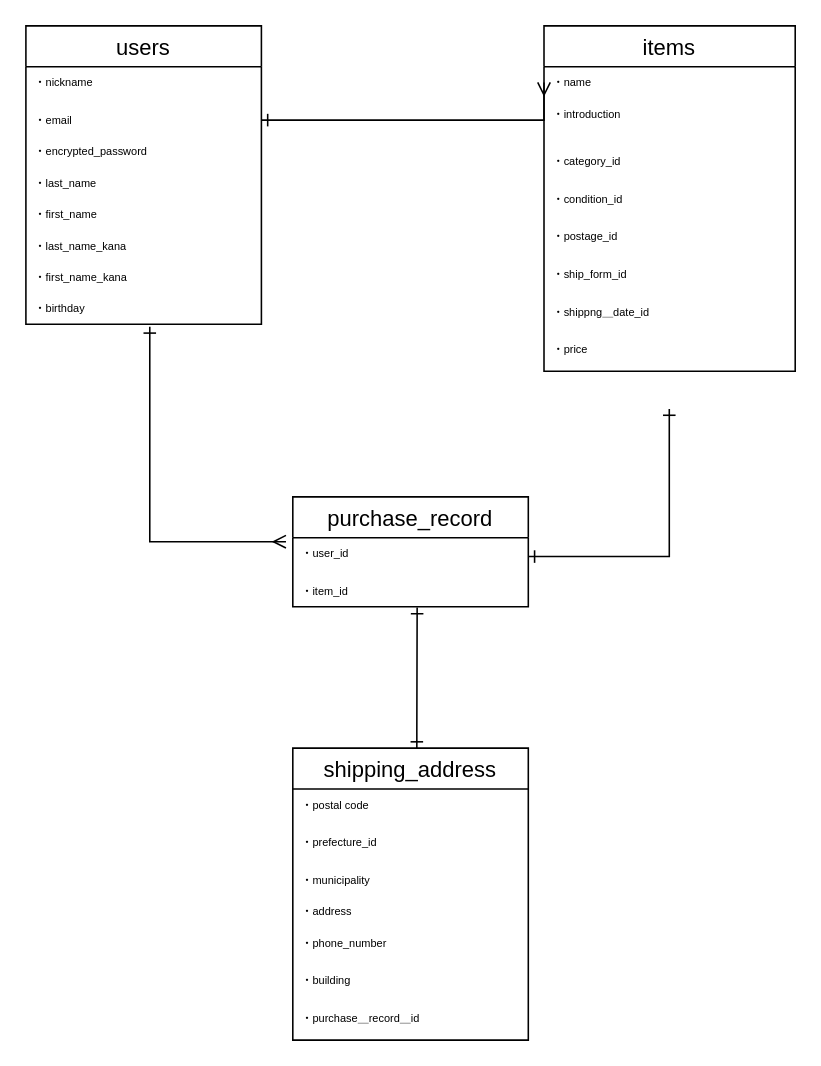
Above: test.dio in knt1o12/furima-29069 (draw.io), before the change. Source tidied: cells renumbered, new cells numbered last; positions are measured from the earlier drawing's top-left corner, leaving out a move shared by most shapes. Both pictures are drawn from the tidied source at 157%, with x=0, y=0 at pixel (25, 25).
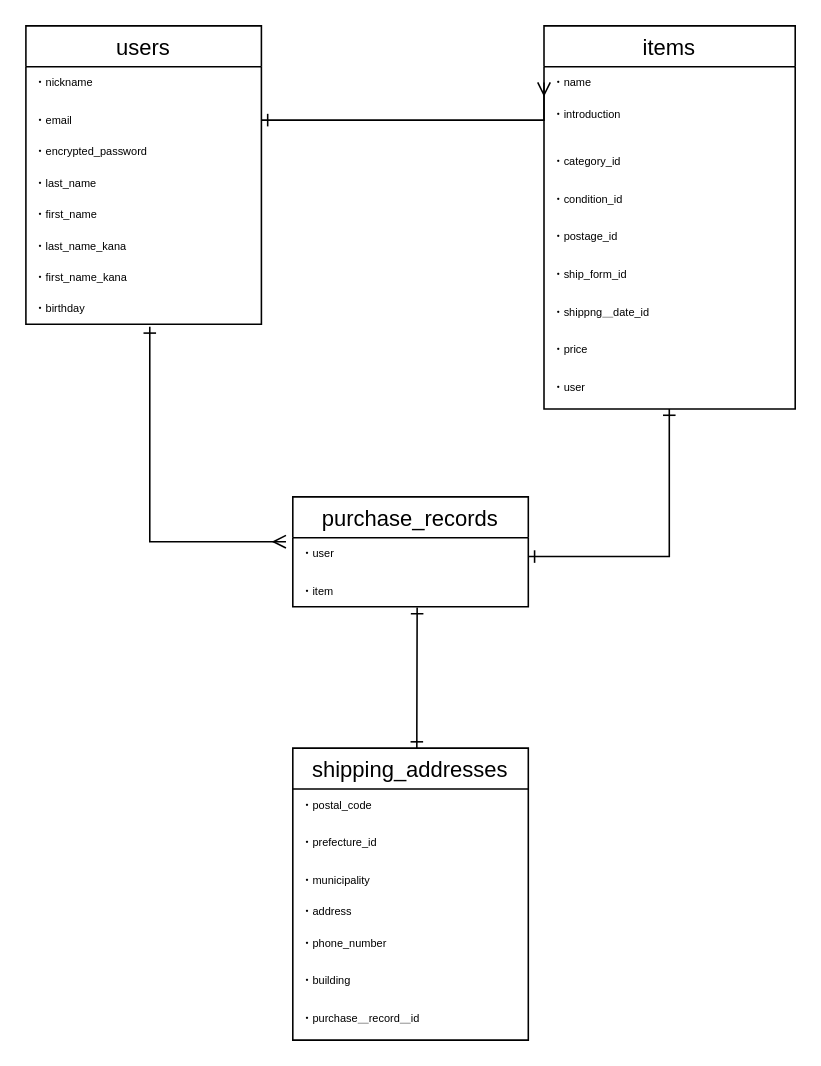
Above is the later version.

Commit message (it also covers changes not shown here):
データベース設計　プルリクエスト　修正④

What changed in the source:
```diff
@@
     <mxCell id="11" value="items" style="swimlane;fontStyle=0;horizontal=1;startSize=26;align=center;fontSize=14;" parent="1" vertex="1">
-      <mxGeometry x="330" width="160" height="220" as="geometry" />
+      <mxGeometry x="330" width="160" height="244" as="geometry" />
     </mxCell>
@@
+    <mxCell id="35" value="・user" style="text;strokeColor=none;fillColor=none;spacingLeft=4;spacingRight=4;overflow=hidden;fontSize=7;" parent="11" vertex="1">
+      <mxGeometry y="220" width="160" height="24" as="geometry" />
+    </mxCell>
@@
-    <mxCell id="21" value="shipping_address" style="swimlane;fontStyle=0;horizontal=1;startSize=26;align=center;fontSize=14;strokeWidth=1;swimlaneLine=1;spacing=1;" parent="1" vertex="1">
+    <mxCell id="21" value="shipping_addresses" style="swimlane;fontStyle=0;horizontal=1;startSize=26;align=center;fontSize=14;strokeWidth=1;swimlaneLine=1;spacing=1;" parent="1" vertex="1">
       <mxGeometry x="170" y="460" width="150" height="186" as="geometry" />
     </mxCell>
-    <mxCell id="22" value="・postal code" style="text;strokeColor=none;fillColor=none;spacingLeft=4;spacingRight=4;overflow=hidden;fontSize=7;" parent="21" vertex="1">
+    <mxCell id="22" value="・postal_code" style="text;strokeColor=none;fillColor=none;spacingLeft=4;spacingRight=4;overflow=hidden;fontSize=7;" parent="21" vertex="1">
       <mxGeometry y="26" width="150" height="24" as="geometry" />
     </mxCell>
@@
-    <mxCell id="29" value="purchase_record" style="swimlane;fontStyle=0;horizontal=1;startSize=26;align=center;fontSize=14;strokeWidth=1;swimlaneLine=1;spacing=1;" parent="1" vertex="1">
+    <mxCell id="29" value="purchase_records" style="swimlane;fontStyle=0;horizontal=1;startSize=26;align=center;fontSize=14;strokeWidth=1;swimlaneLine=1;spacing=1;" parent="1" vertex="1">
       <mxGeometry x="170" y="300" width="150" height="70" as="geometry" />
     </mxCell>
-    <mxCell id="30" value="・user_id&#10;" style="text;strokeColor=none;fillColor=none;spacingLeft=4;spacingRight=4;overflow=hidden;points=[[0,0.5],[1,0.5]];portConstraint=eastwest;fontSize=7;" parent="29" vertex="1">
+    <mxCell id="30" value="・user" style="text;strokeColor=none;fillColor=none;spacingLeft=4;spacingRight=4;overflow=hidden;points=[[0,0.5],[1,0.5]];portConstraint=eastwest;fontSize=7;" parent="29" vertex="1">
       <mxGeometry y="26" width="150" height="24" as="geometry" />
     </mxCell>
-    <mxCell id="31" value="・item_id&#10;&#10;" style="text;strokeColor=none;fillColor=none;spacingLeft=4;spacingRight=4;overflow=hidden;points=[[0,0.5],[1,0.5]];portConstraint=eastwest;fontSize=7;" parent="29" vertex="1">
+    <mxCell id="31" value="・item&#10;&#10;" style="text;strokeColor=none;fillColor=none;spacingLeft=4;spacingRight=4;overflow=hidden;points=[[0,0.5],[1,0.5]];portConstraint=eastwest;fontSize=7;" parent="29" vertex="1">
       <mxGeometry y="50" width="150" height="20" as="geometry" />
     </mxCell>
```
